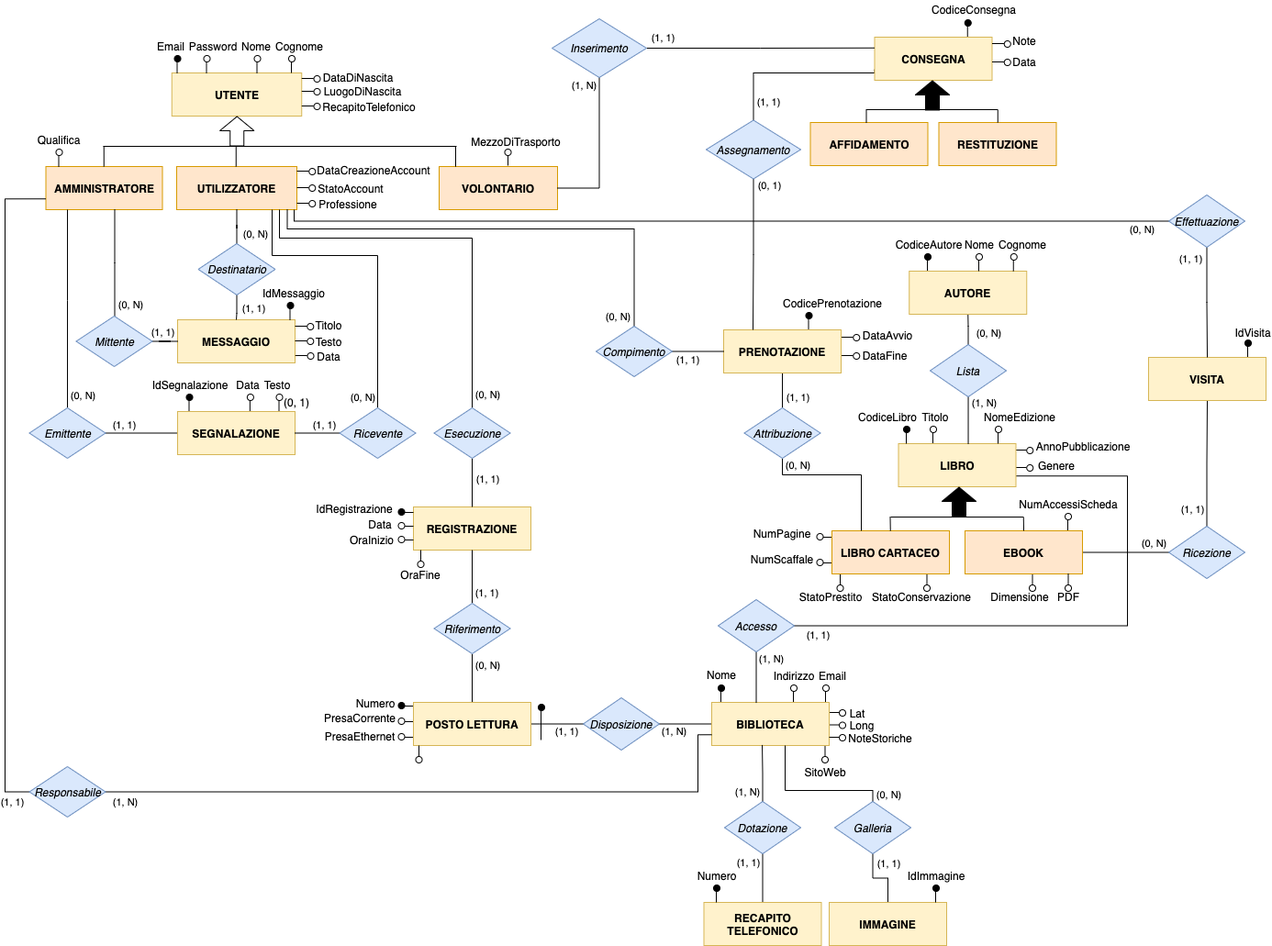
Above: Progettazione/ModelloER/DiagrammaDrawio.png in alessioarcara/Progetto_Basi_Dati (draw.io), before the change. Source tidied: cells renumbered, new cells last; positions are measured from the earlier drawing's top-left corner, leaving out a move shared by most shapes.
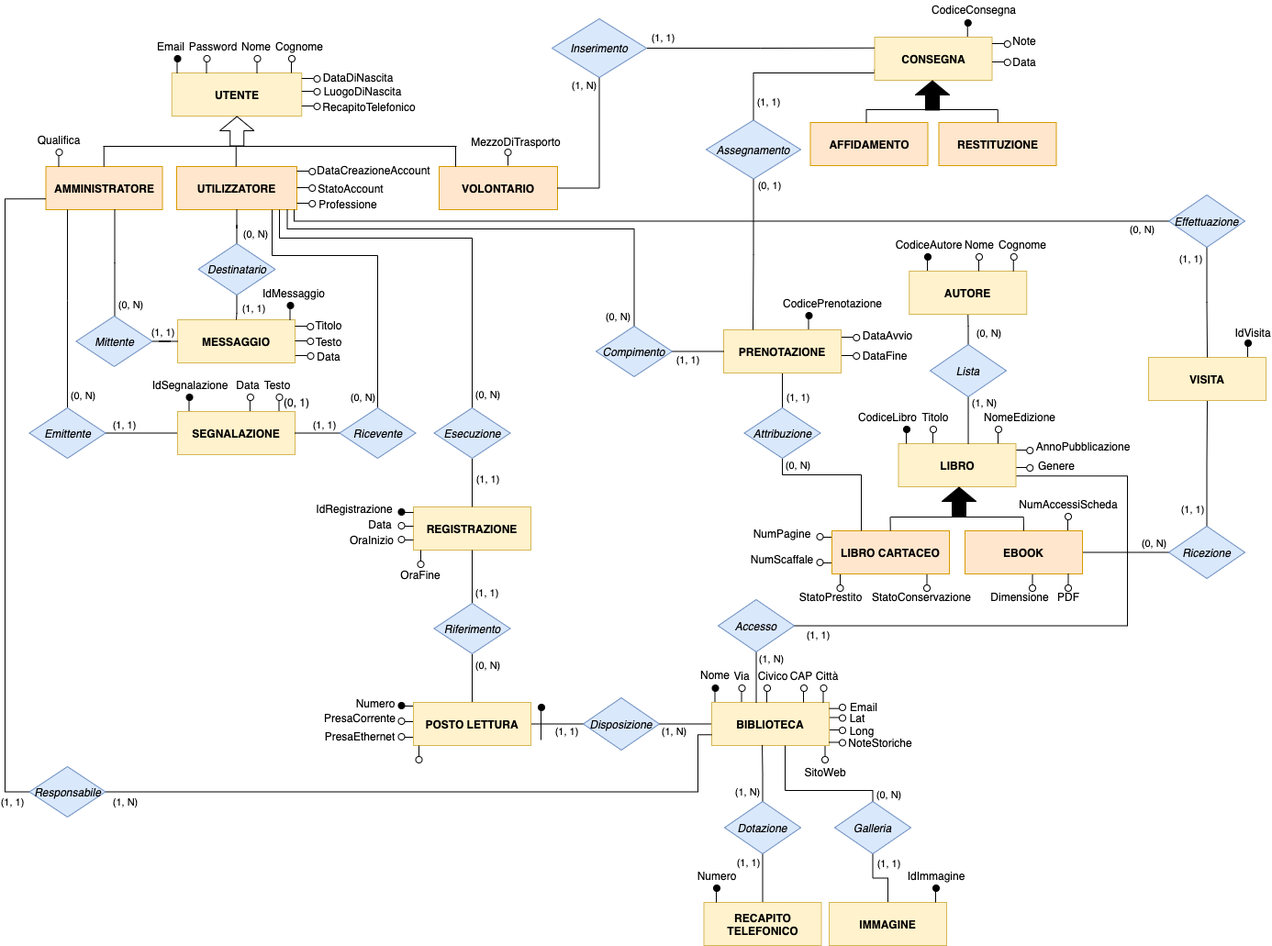
The same file after the commit.

The edit, as a diff of the source:
```diff
@@ -347,32 +347,26 @@
     <mxCell id="82" style="ellipse;whiteSpace=wrap;html=1;fillColor=#FFFFFF;" parent="1" vertex="1">
       <mxGeometry x="329.2" y="352" width="7" height="7" as="geometry" />
     </mxCell>
-    <mxCell id="83" style="endArrow=none;html=1;" parent="1" edge="1">
-      <mxGeometry relative="1" as="geometry">
-        <mxPoint x="894" y="765" as="sourcePoint" />
-        <mxPoint x="894" y="753" as="targetPoint" />
-      </mxGeometry>
-    </mxCell>
     <mxCell id="84" style="ellipse;whiteSpace=wrap;html=1;fillColor=#FFFFFF;" parent="1" vertex="1">
-      <mxGeometry x="891" y="746" width="7" height="7" as="geometry" />
+      <mxGeometry x="909" y="767" width="7" height="7" as="geometry" />
     </mxCell>
     <mxCell id="85" style="endArrow=none;html=1;" parent="1" edge="1">
       <mxGeometry relative="1" as="geometry">
-        <mxPoint x="859" y="765" as="sourcePoint" />
-        <mxPoint x="859" y="753" as="targetPoint" />
+        <mxPoint x="802.5" y="765" as="sourcePoint" />
+        <mxPoint x="802.5" y="753" as="targetPoint" />
       </mxGeometry>
     </mxCell>
     <mxCell id="86" style="ellipse;whiteSpace=wrap;html=1;fillColor=#FFFFFF;" parent="1" vertex="1">
-      <mxGeometry x="856" y="746" width="7" height="7" as="geometry" />
+      <mxGeometry x="799.5" y="746" width="7" height="7" as="geometry" />
     </mxCell>
     <mxCell id="87" style="endArrow=none;html=1;" parent="1" edge="1">
       <mxGeometry relative="1" as="geometry">
-        <mxPoint x="780" y="765" as="sourcePoint" />
-        <mxPoint x="780" y="753" as="targetPoint" />
+        <mxPoint x="773.5" y="765" as="sourcePoint" />
+        <mxPoint x="773.5" y="753" as="targetPoint" />
       </mxGeometry>
     </mxCell>
     <mxCell id="88" style="ellipse;whiteSpace=wrap;html=1;fillColor=#000000;" parent="1" vertex="1">
-      <mxGeometry x="777" y="746" width="7" height="7" as="geometry" />
+      <mxGeometry x="770.5" y="746" width="7" height="7" as="geometry" />
     </mxCell>
     <mxCell id="89" style="endArrow=none;html=1;" parent="1" edge="1">
       <mxGeometry relative="1" as="geometry">
@@ -620,21 +614,21 @@
     </mxCell>
     <mxCell id="147" style="endArrow=none;html=1;" parent="1" edge="1">
       <mxGeometry relative="1" as="geometry">
-        <mxPoint x="909" y="776" as="sourcePoint" />
-        <mxPoint x="898" y="776" as="targetPoint" />
+        <mxPoint x="909" y="781.5" as="sourcePoint" />
+        <mxPoint x="898" y="781.5" as="targetPoint" />
       </mxGeometry>
     </mxCell>
     <mxCell id="148" style="ellipse;whiteSpace=wrap;html=1;fillColor=#FFFFFF;" parent="1" vertex="1">
-      <mxGeometry x="909" y="773" width="7" height="7" as="geometry" />
+      <mxGeometry x="909" y="778.5" width="7" height="7" as="geometry" />
     </mxCell>
     <mxCell id="149" style="endArrow=none;html=1;" parent="1" edge="1">
       <mxGeometry relative="1" as="geometry">
-        <mxPoint x="909" y="789.5" as="sourcePoint" />
-        <mxPoint x="898" y="789.5" as="targetPoint" />
+        <mxPoint x="909" y="795" as="sourcePoint" />
+        <mxPoint x="898" y="795" as="targetPoint" />
       </mxGeometry>
     </mxCell>
     <mxCell id="150" style="ellipse;whiteSpace=wrap;html=1;fillColor=#FFFFFF;" parent="1" vertex="1">
-      <mxGeometry x="909" y="786.5" width="7" height="7" as="geometry" />
+      <mxGeometry x="909" y="792" width="7" height="7" as="geometry" />
     </mxCell>
     <mxCell id="151" style="endArrow=none;html=1;" parent="1" edge="1">
       <mxGeometry relative="1" as="geometry">
@@ -696,22 +690,19 @@
       <mxGeometry x="770" y="765" width="128" height="47" as="geometry" />
     </mxCell>
     <mxCell id="166" value="Lat" style="text;html=1;strokeColor=none;fillColor=none;align=center;verticalAlign=middle;whiteSpace=wrap;rounded=0;" parent="1" vertex="1">
-      <mxGeometry x="909" y="766.5" width="40" height="20" as="geometry" />
+      <mxGeometry x="909" y="772" width="40" height="20" as="geometry" />
     </mxCell>
     <mxCell id="167" value="Long" style="text;html=1;strokeColor=none;fillColor=none;align=center;verticalAlign=middle;whiteSpace=wrap;rounded=0;" parent="1" vertex="1">
-      <mxGeometry x="913.5" y="780" width="40" height="20" as="geometry" />
+      <mxGeometry x="913.5" y="785.5" width="40" height="20" as="geometry" />
     </mxCell>
     <mxCell id="168" value="SitoWeb" style="text;html=1;strokeColor=none;fillColor=none;align=center;verticalAlign=middle;whiteSpace=wrap;rounded=0;" parent="1" vertex="1">
       <mxGeometry x="873.5" y="831" width="40" height="20" as="geometry" />
     </mxCell>
     <mxCell id="169" value="Nome" style="text;html=1;strokeColor=none;fillColor=none;align=center;verticalAlign=middle;whiteSpace=wrap;rounded=0;" parent="1" vertex="1">
-      <mxGeometry x="760.5" y="725" width="40" height="20" as="geometry" />
+      <mxGeometry x="754" y="725" width="40" height="20" as="geometry" />
     </mxCell>
-    <mxCell id="170" value="Indirizzo" style="text;html=1;strokeColor=none;fillColor=none;align=center;verticalAlign=middle;whiteSpace=wrap;rounded=0;" parent="1" vertex="1">
-      <mxGeometry x="839.5" y="726" width="40" height="20" as="geometry" />
-    </mxCell>
     <mxCell id="171" value="Email" style="text;html=1;strokeColor=none;fillColor=none;align=center;verticalAlign=middle;whiteSpace=wrap;rounded=0;" parent="1" vertex="1">
-      <mxGeometry x="882" y="726" width="40" height="20" as="geometry" />
+      <mxGeometry x="916" y="760" width="40" height="20" as="geometry" />
     </mxCell>
     <mxCell id="172" style="edgeStyle=orthogonalEdgeStyle;rounded=0;jettySize=auto;html=1;entryX=0.43;entryY=0.988;entryDx=0;entryDy=0;entryPerimeter=0;endArrow=none;endFill=0;" parent="1" edge="1" source="176" target="165">
       <mxGeometry relative="1" as="geometry" />
@@ -1243,15 +1234,60 @@
     </mxCell>
     <mxCell id="298" style="endArrow=none;html=1;" parent="1" edge="1">
       <mxGeometry relative="1" as="geometry">
-        <mxPoint x="909" y="803" as="sourcePoint" />
-        <mxPoint x="898" y="803" as="targetPoint" />
+        <mxPoint x="909" y="808.5" as="sourcePoint" />
+        <mxPoint x="898" y="808.5" as="targetPoint" />
       </mxGeometry>
     </mxCell>
     <mxCell id="299" style="ellipse;whiteSpace=wrap;html=1;fillColor=#FFFFFF;" parent="1" vertex="1">
-      <mxGeometry x="909" y="800" width="7" height="7" as="geometry" />
+      <mxGeometry x="909" y="805.5" width="7" height="7" as="geometry" />
     </mxCell>
     <mxCell id="300" value="NoteStoriche" style="text;html=1;strokeColor=none;fillColor=none;align=center;verticalAlign=middle;whiteSpace=wrap;rounded=0;" parent="1" vertex="1">
-      <mxGeometry x="933.5" y="793.5" width="40" height="20" as="geometry" />
+      <mxGeometry x="933.5" y="799" width="40" height="20" as="geometry" />
     </mxCell>
+    <mxCell id="301" style="endArrow=none;html=1;" parent="1" edge="1">
+      <mxGeometry relative="1" as="geometry">
+        <mxPoint x="909" y="771.7" as="sourcePoint" />
+        <mxPoint x="898" y="771.7" as="targetPoint" />
+      </mxGeometry>
+    </mxCell>
+    <mxCell id="302" style="endArrow=none;html=1;" parent="1" edge="1">
+      <mxGeometry relative="1" as="geometry">
+        <mxPoint x="830" y="765" as="sourcePoint" />
+        <mxPoint x="830" y="753" as="targetPoint" />
+      </mxGeometry>
+    </mxCell>
+    <mxCell id="303" style="ellipse;whiteSpace=wrap;html=1;fillColor=#FFFFFF;" parent="1" vertex="1">
+      <mxGeometry x="827" y="746" width="7" height="7" as="geometry" />
+    </mxCell>
+    <mxCell id="304" style="endArrow=none;html=1;" parent="1" edge="1">
+      <mxGeometry relative="1" as="geometry">
+        <mxPoint x="870" y="765" as="sourcePoint" />
+        <mxPoint x="870" y="753" as="targetPoint" />
+      </mxGeometry>
+    </mxCell>
+    <mxCell id="305" style="ellipse;whiteSpace=wrap;html=1;fillColor=#FFFFFF;" parent="1" vertex="1">
+      <mxGeometry x="867" y="746" width="7" height="7" as="geometry" />
+    </mxCell>
+    <mxCell id="306" style="endArrow=none;html=1;" parent="1" edge="1">
+      <mxGeometry relative="1" as="geometry">
+        <mxPoint x="891.5" y="765" as="sourcePoint" />
+        <mxPoint x="891.5" y="753" as="targetPoint" />
+      </mxGeometry>
+    </mxCell>
+    <mxCell id="307" style="ellipse;whiteSpace=wrap;html=1;fillColor=#FFFFFF;" parent="1" vertex="1">
+      <mxGeometry x="888.5" y="746" width="7" height="7" as="geometry" />
+    </mxCell>
+    <mxCell id="308" value="Via" style="text;html=1;strokeColor=none;fillColor=none;align=center;verticalAlign=middle;whiteSpace=wrap;rounded=0;" parent="1" vertex="1">
+      <mxGeometry x="783" y="726" width="40" height="20" as="geometry" />
+    </mxCell>
+    <mxCell id="309" value="Civico" style="text;html=1;strokeColor=none;fillColor=none;align=center;verticalAlign=middle;whiteSpace=wrap;rounded=0;" parent="1" vertex="1">
+      <mxGeometry x="817" y="726" width="40" height="20" as="geometry" />
+    </mxCell>
+    <mxCell id="310" value="CAP" style="text;html=1;strokeColor=none;fillColor=none;align=center;verticalAlign=middle;whiteSpace=wrap;rounded=0;" parent="1" vertex="1">
+      <mxGeometry x="847.5" y="726" width="40" height="20" as="geometry" />
+    </mxCell>
+    <mxCell id="311" value="Città" style="text;html=1;strokeColor=none;fillColor=none;align=center;verticalAlign=middle;whiteSpace=wrap;rounded=0;" parent="1" vertex="1">
+      <mxGeometry x="876" y="726" width="40" height="20" as="geometry" />
+    </mxCell>
   </root>
 </mxGraphModel>
```
